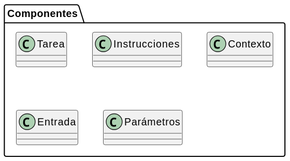
mmasias/ai-prompts keeps this PlantUML diagram as imagenes/modelosUML/componentesPrompt.svg. Above is the earlier version.
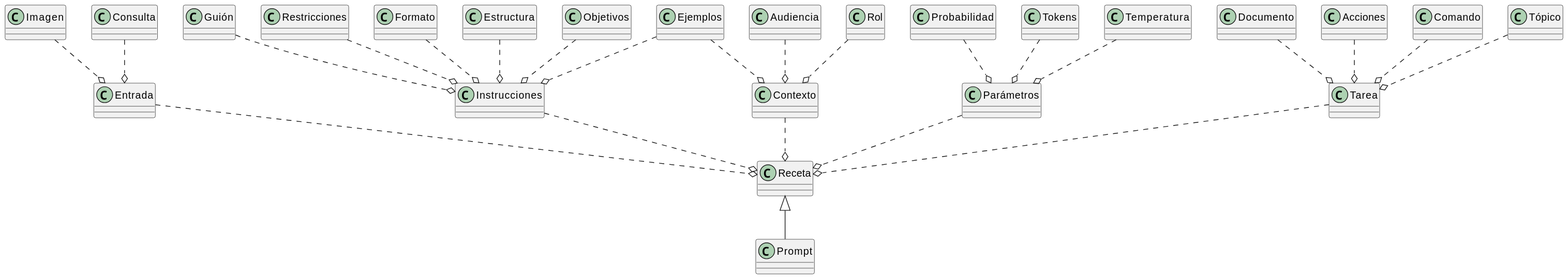
Above is the later version.

Diff of the diagram source:
```diff
@@ -1,10 +1,32 @@
 @startuml
-package Componentes {
+    Prompt -u-|> Receta
 
-    class Tarea
-    class Instrucciones
-    class Contexto
-    class Entrada
-    class Parámetros
-}
+    Receta o.u. Tarea
+    Receta o.u. Instrucciones
+    Receta o.u. Contexto
+    Receta o.u. Entrada
+    Receta o.u. Parámetros
+
+    Tarea o.u. Tópico
+    Tarea o.u. Comando
+    Tarea o.u. Acciones
+    Tarea o.u. Documento
+
+    Instrucciones o.u. Objetivos
+    Instrucciones o.u. Estructura
+    Instrucciones o.u. Formato
+    Instrucciones o.u. Restricciones
+    Instrucciones o.u. Ejemplos
+    Instrucciones o.u. Guión
+
+    Contexto o.u. Rol
+    Contexto o.u. Audiencia
+    Contexto o.u. Ejemplos
+
+    Entrada o.u. Consulta
+    Entrada o.u. Imagen
+
+    Parámetros o.u. Temperatura
+    Parámetros o.u. Tokens
+    Parámetros o.u. Probabilidad
 @enduml
```
